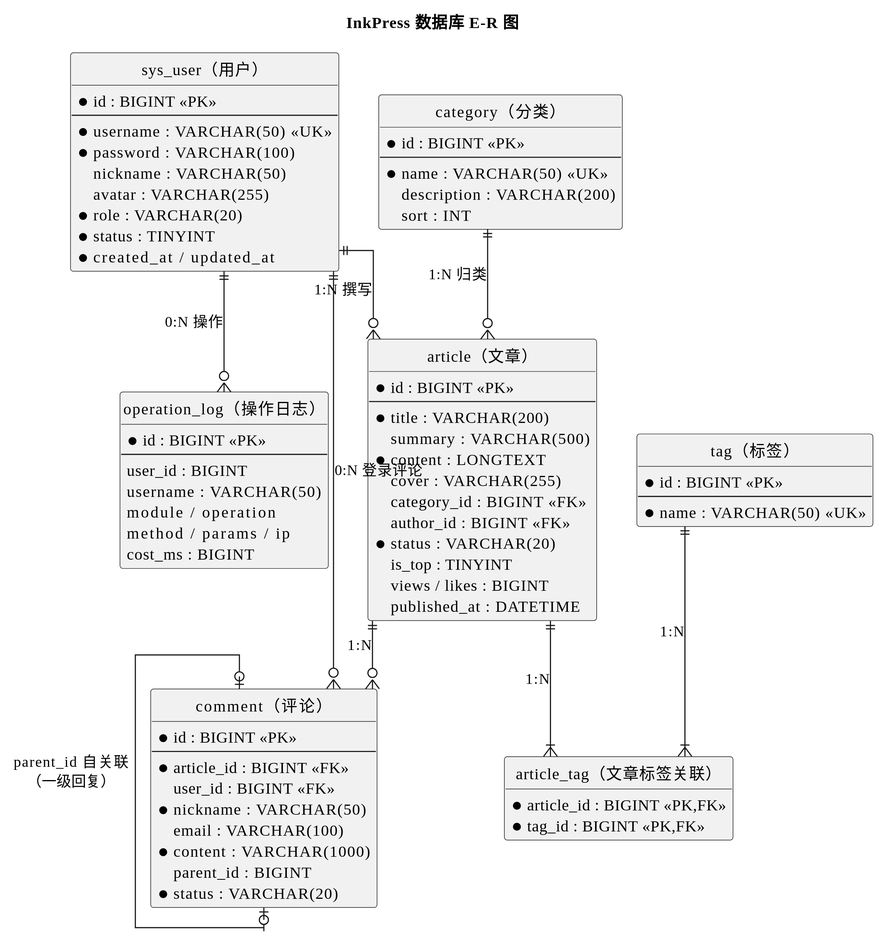
Earlier version of the PlantUML export docs/diagrams/svg/04-数据库ER图.svg (lggyx/inkpress2agent). The source it was exported from:
```plantuml
@startuml
skinparam dpi 200
skinparam shadowing false
skinparam defaultFontName Microsoft YaHei
skinparam linetype ortho
hide circle
hide empty members
title InkPress 数据库 E-R 图

entity "sys_user（用户）" as user {
  * id : BIGINT <<PK>>
  --
  * username : VARCHAR(50) <<UK>>
  * password : VARCHAR(100)
  nickname : VARCHAR(50)
  avatar : VARCHAR(255)
  * role : VARCHAR(20)
  * status : TINYINT
  * created_at / updated_at
}

entity "article（文章）" as article {
  * id : BIGINT <<PK>>
  --
  * title : VARCHAR(200)
  summary : VARCHAR(500)
  * content : LONGTEXT
  cover : VARCHAR(255)
  category_id : BIGINT <<FK>>
  author_id : BIGINT <<FK>>
  * status : VARCHAR(20)
  is_top : TINYINT
  views / likes : BIGINT
  published_at : DATETIME
}

entity "category（分类）" as category {
  * id : BIGINT <<PK>>
  --
  * name : VARCHAR(50) <<UK>>
  description : VARCHAR(200)
  sort : INT
}

entity "tag（标签）" as tag {
  * id : BIGINT <<PK>>
  --
  * name : VARCHAR(50) <<UK>>
}

entity "article_tag（文章标签关联）" as article_tag {
  * article_id : BIGINT <<PK,FK>>
  * tag_id : BIGINT <<PK,FK>>
}

entity "comment（评论）" as comment {
  * id : BIGINT <<PK>>
  --
  * article_id : BIGINT <<FK>>
  user_id : BIGINT <<FK>>
  * nickname : VARCHAR(50)
  email : VARCHAR(100)
  * content : VARCHAR(1000)
  parent_id : BIGINT
  * status : VARCHAR(20)
}

entity "operation_log（操作日志）" as log {
  * id : BIGINT <<PK>>
  --
  user_id : BIGINT
  username : VARCHAR(50)
  module / operation
  method / params / ip
  cost_ms : BIGINT
}

user ||--o{ article : "1:N 撰写"
category ||--o{ article : "1:N 归类"
article ||--|{ article_tag : "1:N"
tag ||--|{ article_tag : "1:N"
article ||--o{ comment : "1:N"
comment |o--o| comment : "parent_id 自关联\n（一级回复）"
user ||--o{ comment : "0:N 登录评论"
user ||--o{ log : "0:N 操作"
@enduml
```
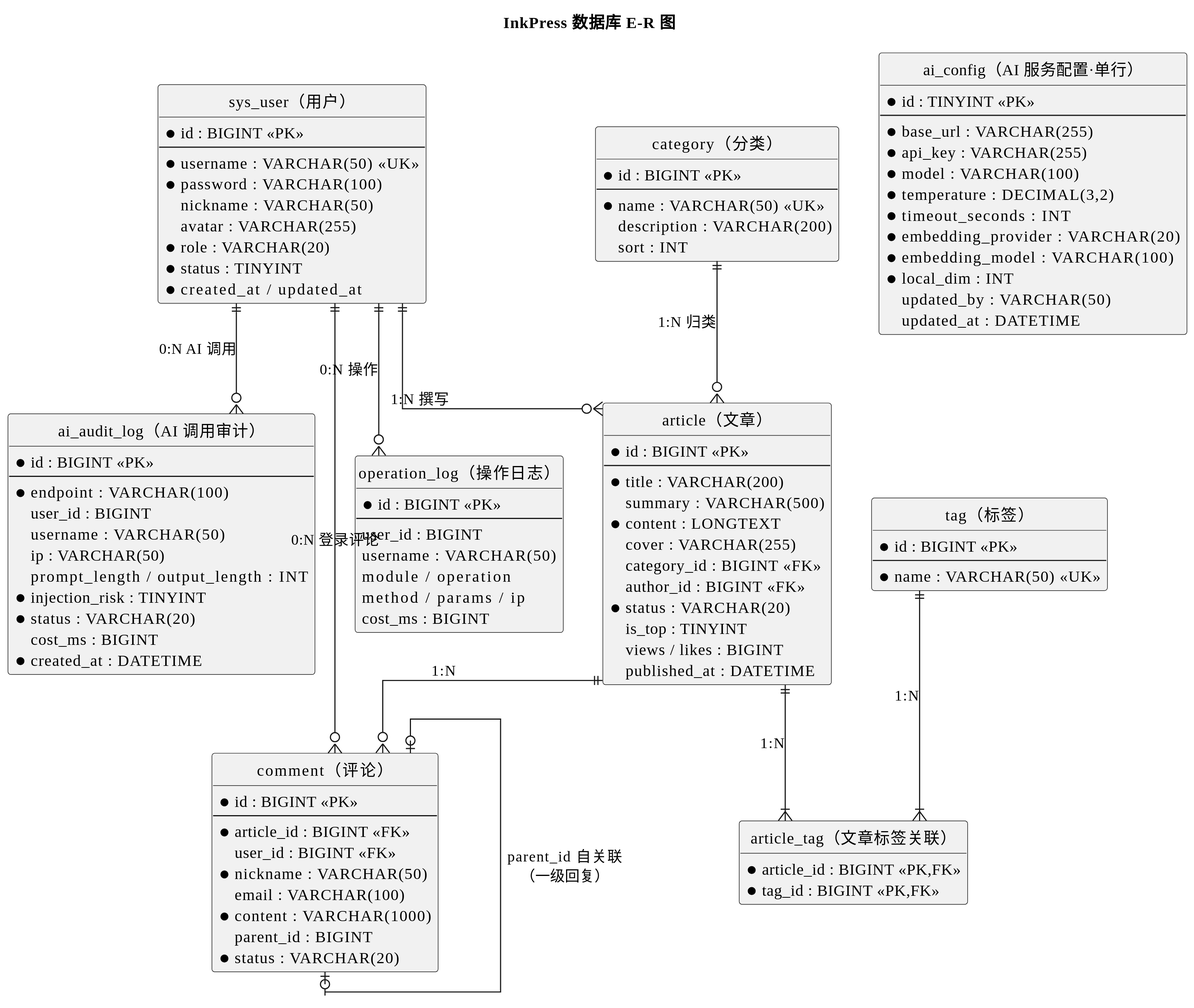
After the commit.

Change to the diagram source:
```diff
@@ -75,6 +75,35 @@
   cost_ms : BIGINT
 }
 
+entity "ai_audit_log（AI 调用审计）" as audit {
+  * id : BIGINT <<PK>>
+  --
+  * endpoint : VARCHAR(100)
+  user_id : BIGINT
+  username : VARCHAR(50)
+  ip : VARCHAR(50)
+  prompt_length / output_length : INT
+  * injection_risk : TINYINT
+  * status : VARCHAR(20)
+  cost_ms : BIGINT
+  * created_at : DATETIME
+}
+
+entity "ai_config（AI 服务配置·单行）" as cfg {
+  * id : TINYINT <<PK>>
+  --
+  * base_url : VARCHAR(255)
+  * api_key : VARCHAR(255)
+  * model : VARCHAR(100)
+  * temperature : DECIMAL(3,2)
+  * timeout_seconds : INT
+  * embedding_provider : VARCHAR(20)
+  * embedding_model : VARCHAR(100)
+  * local_dim : INT
+  updated_by : VARCHAR(50)
+  updated_at : DATETIME
+}
+
 user ||--o{ article : "1:N 撰写"
 category ||--o{ article : "1:N 归类"
 article ||--|{ article_tag : "1:N"
@@ -83,4 +112,5 @@
 comment |o--o| comment : "parent_id 自关联\n（一级回复）"
 user ||--o{ comment : "0:N 登录评论"
 user ||--o{ log : "0:N 操作"
+user ||--o{ audit : "0:N AI 调用"
 @enduml
```
